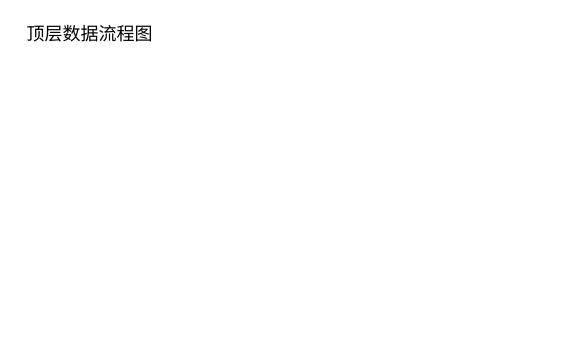
The draw.io diagram 数据流图.drawio in Lihua-neko/QASystemOnMedicalKG, before the edit. Source tidied: cells renumbered, new cells numbered last; positions are measured from the earlier drawing's top-left corner, leaving out a move shared by most shapes. Both pictures are drawn from the tidied source at 100%, with x=0, y=0 at pixel (17, 17).
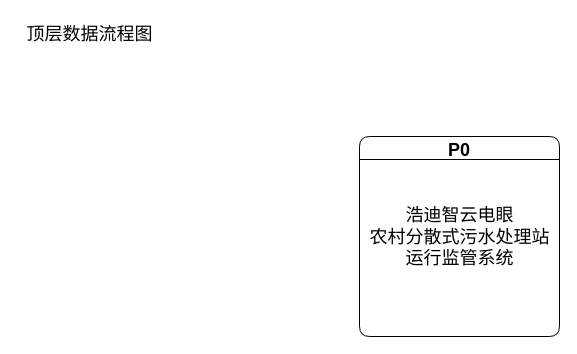
After the change.

Commit message (it also covers changes not shown here):
更新数据流图.drawio

What changed in the source:
```diff
@@
 <mxGraphModel>
   <root>
     <mxCell id="0" />
     <mxCell id="1" parent="0" />
     <mxCell id="2" value="&lt;font style=&quot;font-size: 18px;&quot;&gt;顶层数据流程图&lt;/font&gt;" style="text;html=1;align=center;verticalAlign=middle;strokeColor=none;fillColor=none;" parent="1" vertex="1">
       <mxGeometry width="144" height="34" as="geometry" />
     </mxCell>
+    <mxCell id="3" value="P0" style="swimlane;fontSize=18;rounded=1;sketch=0;shadow=0;glass=0;" parent="1" vertex="1">
+      <mxGeometry x="342" y="119" width="200" height="200" as="geometry" />
+    </mxCell>
+    <mxCell id="4" value="浩迪智云电眼&lt;br&gt;农村分散式污水处理站&lt;br&gt;运行监管系统" style="text;html=1;align=center;verticalAlign=middle;strokeColor=none;fillColor=none;fontSize=18;" parent="3" vertex="1">
+      <mxGeometry x="1" y="62" width="198" height="77" as="geometry" />
+    </mxCell>
   </root>
 </mxGraphModel>
```
